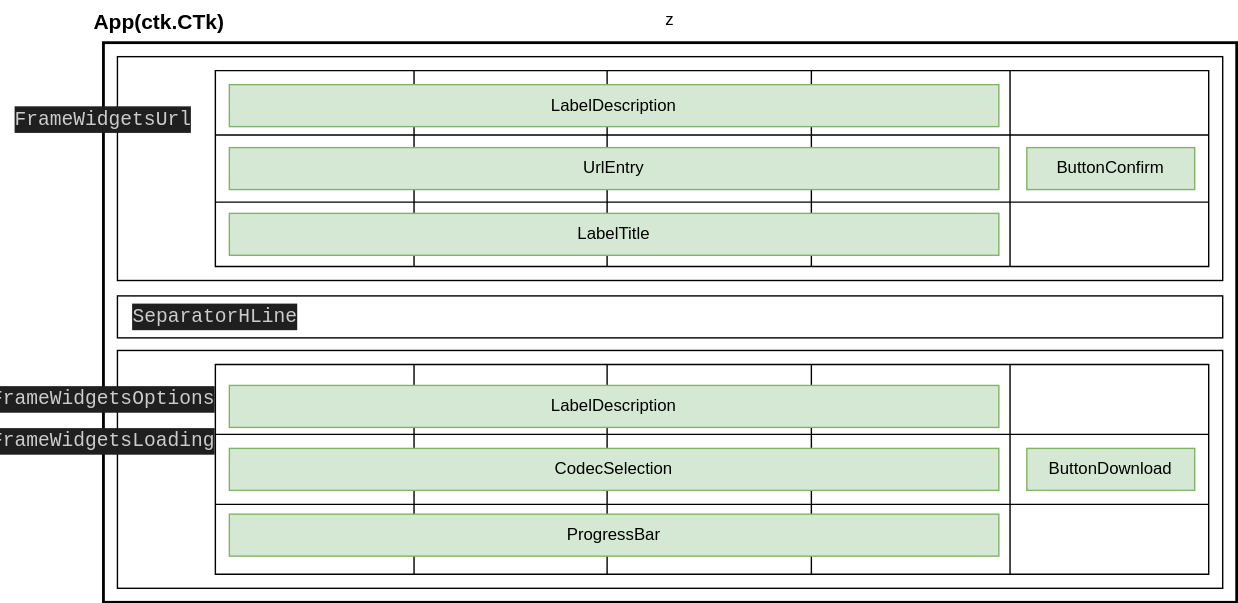
This is Visual/tkinter/youtube/Untitled Diagram.drawio.svg from AndrewVolkova/Python, a draw.io export, as it was before one commit. Source tidied: cells renumbered, new cells last; positions are measured from the earlier drawing's top-left corner, leaving out a move shared by most shapes.
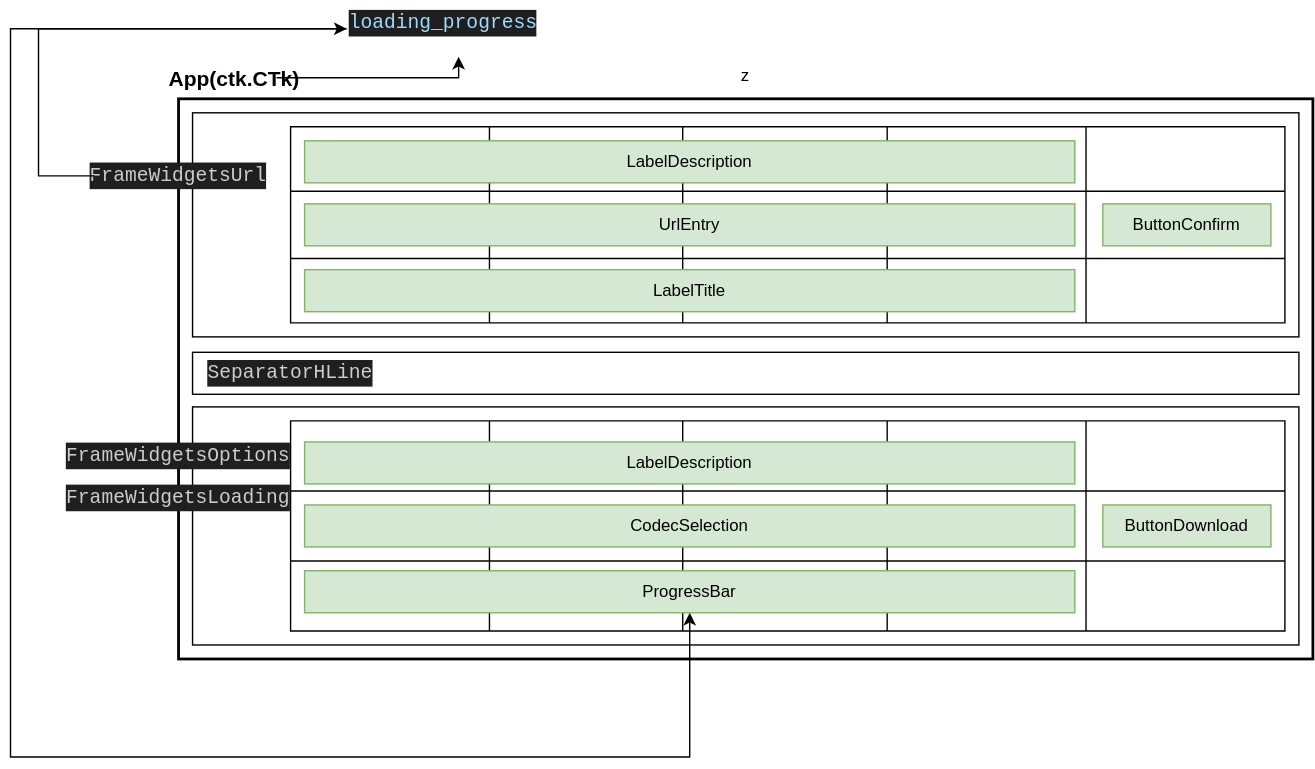
After the commit.

Change to the diagram source:
```diff
@@ -170,5 +170,37 @@
     <mxCell id="57" value="&lt;div style=&quot;color: rgb(204, 204, 204); background-color: rgb(31, 31, 31); font-family: Consolas, &amp;quot;Courier New&amp;quot;, monospace; font-size: 14px; line-height: 19px;&quot;&gt;FrameWidgetsLoading&lt;/div&gt;" style="text;html=1;strokeColor=none;fillColor=none;align=center;verticalAlign=middle;whiteSpace=wrap;rounded=0;" parent="1" vertex="1">
       <mxGeometry y="300" width="60" height="30" as="geometry" />
     </mxCell>
+    <mxCell id="58" value="&lt;div style=&quot;color: rgb(204, 204, 204); background-color: rgb(31, 31, 31); font-family: Consolas, &amp;quot;Courier New&amp;quot;, monospace; font-weight: normal; font-size: 14px; line-height: 19px;&quot;&gt;&lt;div&gt;&lt;span style=&quot;color: #9cdcfe;&quot;&gt;loading_progress&lt;/span&gt;&lt;/div&gt;&lt;/div&gt;" style="text;whiteSpace=wrap;html=1;" parent="1" vertex="1">
+      <mxGeometry x="150" y="-40" width="160" height="40" as="geometry" />
+    </mxCell>
+    <mxCell id="59" style="edgeStyle=orthogonalEdgeStyle;rounded=0;jettySize=auto;html=1;entryX=0.5;entryY=1;entryDx=0;entryDy=0;endArrow=classic;endFill=1;exitX=0;exitY=0.5;exitDx=0;exitDy=0;" parent="1" edge="1" source="58" target="54">
+      <mxGeometry relative="1" as="geometry">
+        <Array as="points">
+          <mxPoint x="-90" y="-20" />
+          <mxPoint x="-90" y="500" />
+          <mxPoint x="395" y="500" />
+        </Array>
+      </mxGeometry>
+    </mxCell>
+    <mxCell id="60" style="edgeStyle=orthogonalEdgeStyle;rounded=0;jettySize=auto;html=1;entryX=0.5;entryY=1;entryDx=0;entryDy=0;" parent="1" edge="1" source="4" target="58">
+      <mxGeometry relative="1" as="geometry">
+        <Array as="points">
+          <mxPoint x="230" y="15" />
+        </Array>
+      </mxGeometry>
+    </mxCell>
+    <mxCell id="61" style="edgeStyle=orthogonalEdgeStyle;rounded=0;orthogonalLoop=1;jettySize=auto;html=1;exitX=0.5;exitY=1;exitDx=0;exitDy=0;" parent="1" edge="1" source="58" target="58">
+      <mxGeometry relative="1" as="geometry" />
+    </mxCell>
+    <mxCell id="62" style="edgeStyle=orthogonalEdgeStyle;rounded=0;jettySize=auto;html=1;entryX=0;entryY=0.5;entryDx=0;entryDy=0;" parent="1" edge="1" target="58">
+      <mxGeometry relative="1" as="geometry">
+        <mxPoint x="-30" y="85" as="sourcePoint" />
+        <Array as="points">
+          <mxPoint x="-30" y="85" />
+          <mxPoint x="-70" y="85" />
+          <mxPoint x="-70" y="-20" />
+        </Array>
+      </mxGeometry>
+    </mxCell>
   </root>
 </mxGraphModel>
```
